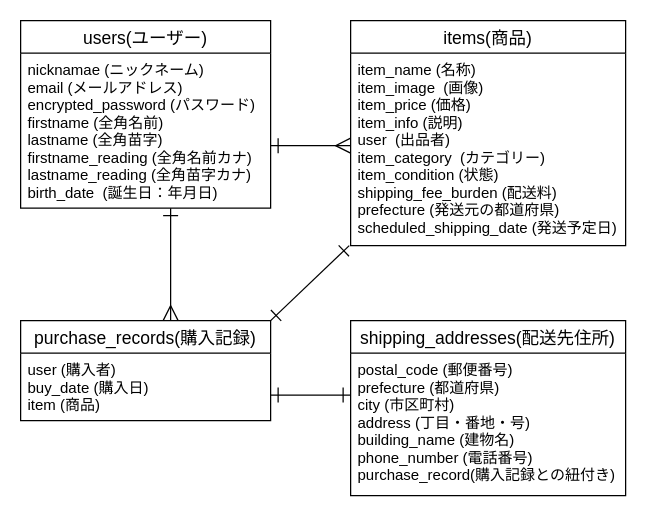
Before: ER.dio in Saiki-san/furima-31631, a draw.io diagram. Source tidied: cells renumbered, new cells numbered last; positions are measured from the earlier drawing's top-left corner, leaving out a move shared by most shapes. Both pictures are drawn from the tidied source at 125%, with x=0, y=0 at pixel (20, 20).
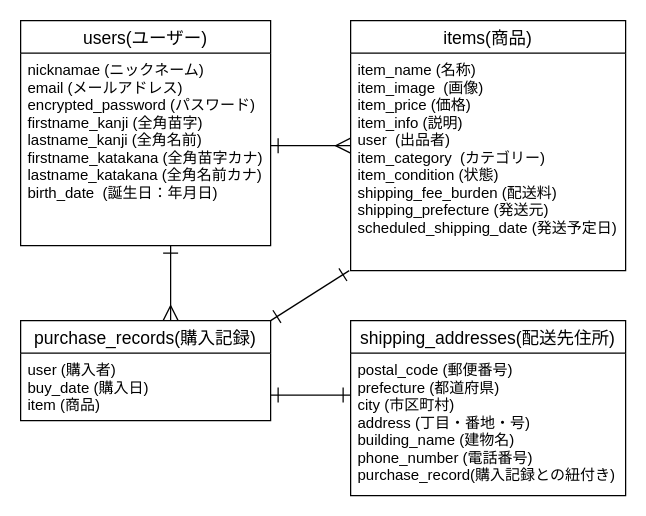
After the change.

The edit, as a diff of the source:
```diff
@@
 <mxGraphModel>
   <root>
     <mxCell id="0" />
     <mxCell id="1" parent="0" />
     <mxCell id="2" value="users(ユーザー)" style="swimlane;fontStyle=0;horizontal=1;startSize=26;align=center;fontSize=14;" parent="1" vertex="1">
-      <mxGeometry width="200" height="150" as="geometry" />
+      <mxGeometry width="200" height="180" as="geometry" />
     </mxCell>
     <mxCell id="3" value="purchase_records(購入記録)" style="swimlane;fontStyle=0;horizontal=1;startSize=26;align=center;fontSize=14;" parent="1" vertex="1">
       <mxGeometry y="240" width="200" height="80" as="geometry" />
     </mxCell>
     <mxCell id="4" value="user (購入者)&#10;buy_date (購入日)&#10;item (商品)" style="text;strokeColor=none;fillColor=none;spacingLeft=4;spacingRight=4;overflow=hidden;fontSize=12;" parent="3" vertex="1">
       <mxGeometry y="26" width="200" height="54" as="geometry" />
     </mxCell>
     <mxCell id="5" value="items(商品)" style="swimlane;fontStyle=0;horizontal=1;startSize=26;align=center;fontSize=14;" parent="1" vertex="1">
-      <mxGeometry x="264" width="220" height="180" as="geometry" />
+      <mxGeometry x="264" width="220" height="200" as="geometry" />
     </mxCell>
-    <mxCell id="6" value="item_name (名称)&#10;item_image  (画像)&#10;item_price (価格)&#10;item_info (説明)&#10;user  (出品者)&#10;item_category  (カテゴリー)&#10;item_condition (状態)&#10;shipping_fee_burden (配送料)&#10;prefecture (発送元の都道府県)&#10;scheduled_shipping_date (発送予定日)" style="text;strokeColor=none;fillColor=none;spacingLeft=4;spacingRight=4;overflow=hidden;points=[[0,0.5],[1,0.5]];portConstraint=eastwest;fontSize=12;" parent="5" vertex="1">
-      <mxGeometry y="26" width="220" height="154" as="geometry" />
+    <mxCell id="6" value="item_name (名称)&#10;item_image  (画像)&#10;item_price (価格)&#10;item_info (説明)&#10;user  (出品者)&#10;item_category  (カテゴリー)&#10;item_condition (状態)&#10;shipping_fee_burden (配送料)&#10;shipping_prefecture (発送元)&#10;scheduled_shipping_date (発送予定日)" style="text;strokeColor=none;fillColor=none;spacingLeft=4;spacingRight=4;overflow=hidden;points=[[0,0.5],[1,0.5]];portConstraint=eastwest;fontSize=12;" parent="5" vertex="1">
+      <mxGeometry y="26" width="220" height="174" as="geometry" />
     </mxCell>
     <mxCell id="7" value="shipping_addresses(配送先住所)" style="swimlane;fontStyle=0;horizontal=1;startSize=26;align=center;fontSize=14;" parent="1" vertex="1">
       <mxGeometry x="264" y="240" width="220" height="140" as="geometry" />
     </mxCell>
     <mxCell id="8" value="postal_code (郵便番号)&#10;prefecture (都道府県)&#10;city (市区町村)&#10;address (丁目・番地・号)&#10;building_name (建物名)&#10;phone_number (電話番号)&#10;purchase_record(購入記録との紐付き)" style="text;strokeColor=none;fillColor=none;spacingLeft=4;spacingRight=4;overflow=hidden;fontSize=12;" parent="7" vertex="1">
       <mxGeometry y="26" width="220" height="114" as="geometry" />
     </mxCell>
     <mxCell id="9" style="edgeStyle=none;rounded=0;orthogonalLoop=1;jettySize=auto;html=1;exitX=1;exitY=0.5;exitDx=0;exitDy=0;entryX=0;entryY=0.5;entryDx=0;entryDy=0;startArrow=ERone;startFill=0;endArrow=ERmany;endFill=0;strokeWidth=1;endSize=10;startSize=10;targetPerimeterSpacing=6;sourcePerimeterSpacing=6;" parent="1" edge="1">
       <mxGeometry relative="1" as="geometry">
         <mxPoint x="200" y="100" as="sourcePoint" />
         <mxPoint x="264" y="100" as="targetPoint" />
       </mxGeometry>
     </mxCell>
-    <mxCell id="10" value="nicknamae (ニックネーム)&#10;email (メールアドレス)&#10;encrypted_password (パスワード)&#10;firstname (全角名前)&#10;lastname (全角苗字)&#10;firstname_reading (全角名前カナ)&#10;lastname_reading (全角苗字カナ)&#10;birth_date  (誕生日：年月日)" style="text;strokeColor=none;fillColor=none;spacingLeft=4;spacingRight=4;overflow=hidden;fontSize=12;" parent="1" vertex="1">
-      <mxGeometry y="26" width="200" height="124" as="geometry" />
+    <mxCell id="10" value="nicknamae (ニックネーム)&#10;email (メールアドレス)&#10;encrypted_password (パスワード)&#10;firstname_kanji (全角苗字)&#10;lastname_kanji (全角名前)&#10;firstname_katakana (全角苗字カナ)&#10;lastname_katakana (全角名前カナ)&#10;birth_date  (誕生日：年月日)" style="text;strokeColor=none;fillColor=none;spacingLeft=4;spacingRight=4;overflow=hidden;fontSize=12;" parent="1" vertex="1">
+      <mxGeometry y="26" width="200" height="154" as="geometry" />
     </mxCell>
     <mxCell id="11" style="edgeStyle=none;rounded=0;orthogonalLoop=1;jettySize=auto;html=1;startArrow=ERone;startFill=0;endArrow=ERmany;endFill=0;strokeWidth=1;endSize=10;startSize=10;targetPerimeterSpacing=6;sourcePerimeterSpacing=6;" parent="1" edge="1">
       <mxGeometry relative="1" as="geometry">
-        <mxPoint x="120" y="150" as="sourcePoint" />
+        <mxPoint x="120" y="180" as="sourcePoint" />
         <mxPoint x="120" y="240" as="targetPoint" />
       </mxGeometry>
     </mxCell>
     <mxCell id="12" style="edgeStyle=none;rounded=0;orthogonalLoop=1;jettySize=auto;html=1;exitX=1;exitY=0.5;exitDx=0;exitDy=0;entryX=0;entryY=0.5;entryDx=0;entryDy=0;startArrow=ERone;startFill=0;endArrow=ERone;endFill=0;strokeWidth=1;endSize=10;startSize=10;targetPerimeterSpacing=6;sourcePerimeterSpacing=6;" parent="1" edge="1">
       <mxGeometry relative="1" as="geometry">
         <mxPoint x="200" y="299.5" as="sourcePoint" />
         <mxPoint x="264" y="299.5" as="targetPoint" />
       </mxGeometry>
     </mxCell>
     <mxCell id="13" style="edgeStyle=none;rounded=0;jettySize=auto;html=1;exitX=-0.005;exitY=1;exitDx=0;exitDy=0;startArrow=ERone;startFill=0;endArrow=ERone;endFill=0;strokeWidth=1;endSize=10;startSize=10;targetPerimeterSpacing=6;sourcePerimeterSpacing=6;entryX=1;entryY=0;entryDx=0;entryDy=0;exitPerimeter=0;" parent="1" edge="1" source="6" target="3">
       <mxGeometry relative="1" as="geometry" />
     </mxCell>
   </root>
 </mxGraphModel>
```
